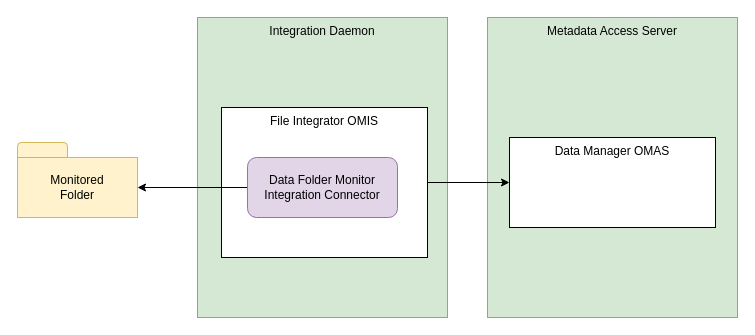
Earlier version of the draw.io diagram page "data-folder-monitor-integration-connector" (5 of 27) of site/docs/connectors/connector-catalog.drawio (odpi/egeria-docs). Source tidied: cells renumbered, new cells numbered last; positions are measured from the earlier drawing's top-left corner, leaving out a move shared by most shapes. Both pictures are drawn from the tidied source at 100%, with x=0, y=0 at pixel (17, 17).
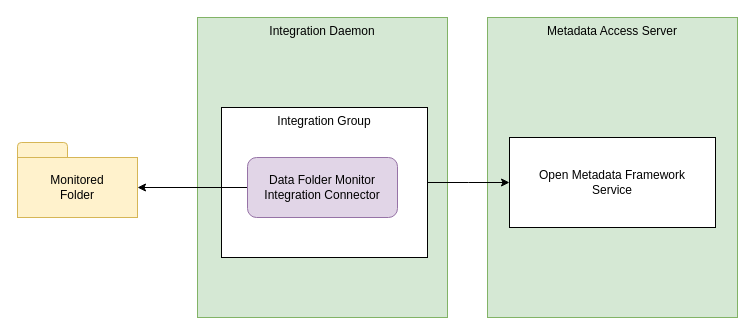
Above is the later version.

Change to the diagram source:
```diff
@@
 <mxGraphModel>
   <root>
     <mxCell id="0" />
     <mxCell id="1" parent="0" />
     <mxCell id="2" value="Integration Daemon" style="rounded=0;whiteSpace=wrap;html=1;verticalAlign=top;fillColor=#d5e8d4;strokeColor=#82b366;" parent="1" vertex="1">
       <mxGeometry x="180" width="250" height="300" as="geometry" />
     </mxCell>
-    <mxCell id="3" value="File Integrator OMIS" style="rounded=0;whiteSpace=wrap;html=1;verticalAlign=top;" parent="1" vertex="1">
+    <mxCell id="3" value="Integration Group" style="rounded=0;whiteSpace=wrap;html=1;verticalAlign=top;" parent="1" vertex="1">
       <mxGeometry x="204" y="90" width="206" height="150" as="geometry" />
     </mxCell>
     <mxCell id="4" style="edgeStyle=orthogonalEdgeStyle;rounded=0;jettySize=auto;html=1;exitX=0;exitY=0.5;exitDx=0;exitDy=0;" parent="1" edge="1" source="5" target="7">
       <mxGeometry relative="1" as="geometry" />
     </mxCell>
     <mxCell id="5" value="Data Folder Monitor&lt;br&gt;Integration Connector" style="rounded=1;whiteSpace=wrap;html=1;fillColor=#e1d5e7;strokeColor=#9673a6;" parent="1" vertex="1">
       <mxGeometry x="230" y="140" width="150" height="60" as="geometry" />
     </mxCell>
     <mxCell id="6" style="rounded=1;whiteSpace=wrap;html=1;fillColor=#fff2cc;strokeColor=#d6b656;" parent="1" vertex="1">
       <mxGeometry y="125" width="50" height="25" as="geometry" />
     </mxCell>
     <mxCell id="7" value="Monitored&lt;br&gt;Folder" style="rounded=0;whiteSpace=wrap;html=1;fillColor=#fff2cc;strokeColor=#d6b656;" parent="1" vertex="1">
       <mxGeometry y="140" width="120" height="60" as="geometry" />
     </mxCell>
     <mxCell id="8" value="Metadata Access Server" style="rounded=0;whiteSpace=wrap;html=1;verticalAlign=top;fillColor=#d5e8d4;strokeColor=#82b366;" parent="1" vertex="1">
       <mxGeometry x="470" width="250" height="300" as="geometry" />
     </mxCell>
-    <mxCell id="9" value="Data Manager OMAS" style="rounded=0;whiteSpace=wrap;html=1;verticalAlign=top;" parent="1" vertex="1">
-      <mxGeometry x="492" y="120" width="206" height="90" as="geometry" />
-    </mxCell>
-    <mxCell id="10" style="edgeStyle=orthogonalEdgeStyle;rounded=0;jettySize=auto;html=1;entryX=0;entryY=0.5;entryDx=0;entryDy=0;" parent="1" edge="1" source="3" target="9">
-      <mxGeometry relative="1" as="geometry" />
+    <mxCell id="10" style="edgeStyle=orthogonalEdgeStyle;rounded=0;jettySize=auto;html=1;entryX=0;entryY=0.5;entryDx=0;entryDy=0;" parent="1" edge="1" source="3">
+      <mxGeometry relative="1" as="geometry">
+        <mxPoint x="492" y="165" as="targetPoint" />
+      </mxGeometry>
     </mxCell>
+    <mxCell id="11" value="Open Metadata Framework&lt;div&gt;Service&lt;/div&gt;" style="rounded=0;whiteSpace=wrap;html=1;verticalAlign=middle;" parent="1" vertex="1">
+      <mxGeometry x="492" y="120" width="206" height="90" as="geometry" />
+    </mxCell>
   </root>
 </mxGraphModel>
```
